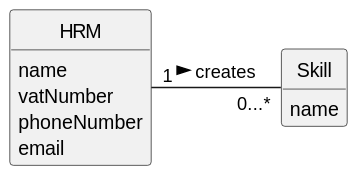
This is docs/sprint3/us001/02.analysis/svg/us001-domain-model.svg from tiagosoa/lei-24-s2-1dgh-g073, a PlantUML export, as it was before one commit. Source of this version:
```plantuml
@startuml
skinparam monochrome true
skinparam packageStyle rectangle
skinparam shadowing false


skinparam classAttributeIconSize 0

hide circle
hide methods



class HRM {
    name
    vatNumber
    phoneNumber
    email
}

class Skill {
    name
}


HRM "1" - "0...*" Skill: creates >
@enduml
```
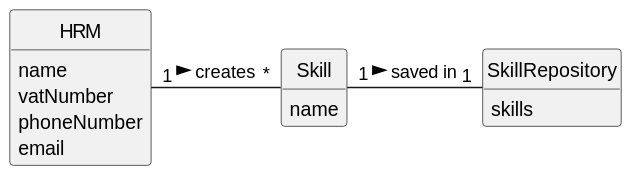
The same diagram one commit later.

Change to the diagram source:
```diff
@@ -22,6 +22,11 @@
     name
 }
 
+class SkillRepository {
+    skills
+}
 
-HRM "1" - "0...*" Skill: creates >
+
+HRM "1" - "*" Skill: creates >
+Skill "1" - "1" SkillRepository: saved in >
 @enduml
```
